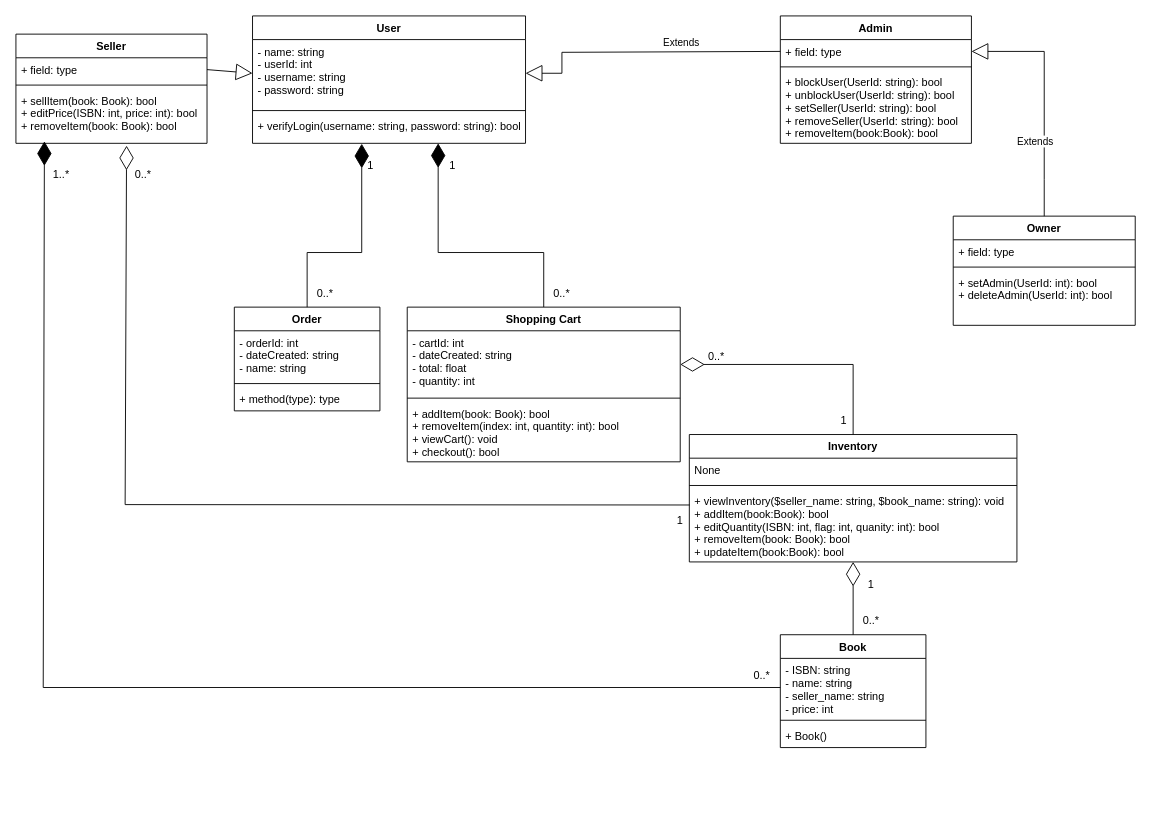
The draw.io diagram Class_Diagram.drawio in adl409/SE-project-Group-5, before the edit. Source tidied: cells renumbered, new cells numbered last; positions are measured from the earlier drawing's top-left corner, leaving out a move shared by most shapes. Both pictures are drawn from the tidied source at 91%, with x=0, y=0 at pixel (15, 15).
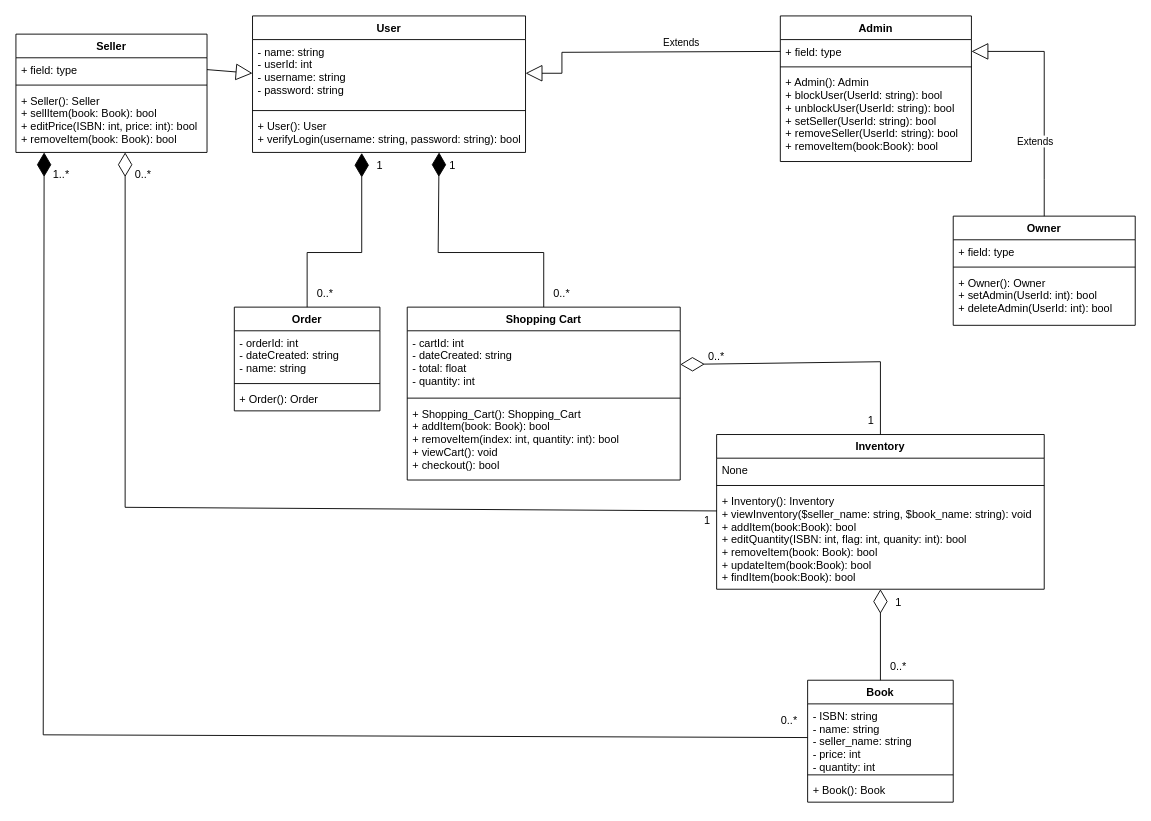
The same page after the edit.

Unchanged cells that the change refers to:
```xml
<mxCell id="14" value="Owner&#10;" style="swimlane;fontStyle=1;align=center;verticalAlign=top;horizontal=1;startSize=26;" parent="1" vertex="1">
  <mxGeometry x="1030" y="220" width="200" height="120" as="geometry" />
</mxCell>
<mxCell id="22" value="Order&#10;" style="swimlane;fontStyle=1;align=center;verticalAlign=top;horizontal=1;startSize=26;" parent="1" vertex="1">
  <mxGeometry x="240" y="320" width="160" height="114" as="geometry" />
</mxCell>
<mxCell id="33" value="1" style="text;strokeColor=none;align=center;fillColor=none;html=1;verticalAlign=middle;whiteSpace=wrap;rounded=0;" parent="1" vertex="1">
  <mxGeometry x="450" y="150" width="60" height="30" as="geometry" />
</mxCell>
```

Diff of the diagram source:
```diff
@@
     <mxCell id="2" value="User" style="swimlane;fontStyle=1;align=center;verticalAlign=top;horizontal=1;startSize=26;" parent="1" vertex="1">
-      <mxGeometry x="260" width="300" height="140" as="geometry" />
+      <mxGeometry x="260" width="300" height="150" as="geometry" />
     </mxCell>
@@
-    <mxCell id="5" value="+ verifyLogin(username: string, password: string): bool&#10;" style="text;strokeColor=none;fillColor=none;align=left;verticalAlign=top;spacingLeft=4;spacingRight=4;overflow=hidden;points=[[0,0.5],[1,0.5]];portConstraint=eastwest;" parent="2" vertex="1">
-      <mxGeometry y="108" width="300" height="32" as="geometry" />
+    <mxCell id="5" value="+ User(): User&#10;+ verifyLogin(username: string, password: string): bool&#10;" style="text;strokeColor=none;fillColor=none;align=left;verticalAlign=top;spacingLeft=4;spacingRight=4;overflow=hidden;points=[[0,0.5],[1,0.5]];portConstraint=eastwest;" parent="2" vertex="1">
+      <mxGeometry y="108" width="300" height="42" as="geometry" />
     </mxCell>
     <mxCell id="6" value="Admin" style="swimlane;fontStyle=1;align=center;verticalAlign=top;horizontal=1;startSize=26;" parent="1" vertex="1">
-      <mxGeometry x="840" width="210" height="140" as="geometry" />
+      <mxGeometry x="840" width="210" height="160" as="geometry" />
     </mxCell>
@@
-    <mxCell id="9" value="+ blockUser(UserId: string): bool&#10;+ unblockUser(UserId: string): bool&#10;+ setSeller(UserId: string): bool&#10;+ removeSeller(UserId: string): bool&#10;+ removeItem(book:Book): bool" style="text;strokeColor=none;fillColor=none;align=left;verticalAlign=top;spacingLeft=4;spacingRight=4;overflow=hidden;" parent="6" vertex="1">
-      <mxGeometry y="60" width="210" height="80" as="geometry" />
+    <mxCell id="9" value="+ Admin(): Admin&#10;+ blockUser(UserId: string): bool&#10;+ unblockUser(UserId: string): bool&#10;+ setSeller(UserId: string): bool&#10;+ removeSeller(UserId: string): bool&#10;+ removeItem(book:Book): bool" style="text;strokeColor=none;fillColor=none;align=left;verticalAlign=top;spacingLeft=4;spacingRight=4;overflow=hidden;" parent="6" vertex="1">
+      <mxGeometry y="60" width="210" height="100" as="geometry" />
     </mxCell>
     <mxCell id="10" value="Seller" style="swimlane;fontStyle=1;align=center;verticalAlign=top;horizontal=1;startSize=26;" parent="1" vertex="1">
-      <mxGeometry y="20" width="210" height="120" as="geometry" />
+      <mxGeometry y="20" width="210" height="130" as="geometry" />
     </mxCell>
@@
-    <mxCell id="13" value="+ sellItem(book: Book): bool&#10;+ editPrice(ISBN: int, price: int): bool&#10;+ removeItem(book: Book): bool" style="text;strokeColor=none;fillColor=none;align=left;verticalAlign=top;spacingLeft=4;spacingRight=4;overflow=hidden;points=[[0,0.5],[1,0.5]];portConstraint=eastwest;" parent="10" vertex="1">
-      <mxGeometry y="60" width="210" height="60" as="geometry" />
+    <mxCell id="13" value="+ Seller(): Seller&#10;+ sellItem(book: Book): bool&#10;+ editPrice(ISBN: int, price: int): bool&#10;+ removeItem(book: Book): bool" style="text;strokeColor=none;fillColor=none;align=left;verticalAlign=top;spacingLeft=4;spacingRight=4;overflow=hidden;points=[[0,0.5],[1,0.5]];portConstraint=eastwest;" parent="10" vertex="1">
+      <mxGeometry y="60" width="210" height="70" as="geometry" />
     </mxCell>
@@
-    <mxCell id="17" value="+ setAdmin(UserId: int): bool&#10;+ deleteAdmin(UserId: int): bool" style="text;strokeColor=none;fillColor=none;align=left;verticalAlign=top;spacingLeft=4;spacingRight=4;overflow=hidden;" parent="14" vertex="1">
+    <mxCell id="17" value="+ Owner(): Owner&#10;+ setAdmin(UserId: int): bool&#10;+ deleteAdmin(UserId: int): bool" style="text;strokeColor=none;fillColor=none;align=left;verticalAlign=top;spacingLeft=4;spacingRight=4;overflow=hidden;" parent="14" vertex="1">
       <mxGeometry y="60" width="200" height="60" as="geometry" />
     </mxCell>
     <mxCell id="18" value="Inventory&#10;" style="swimlane;fontStyle=1;align=center;verticalAlign=top;horizontal=1;startSize=26;" parent="1" vertex="1">
-      <mxGeometry x="740" y="460" width="360" height="140" as="geometry" />
+      <mxGeometry x="770" y="460" width="360" height="170" as="geometry" />
     </mxCell>
@@
-    <mxCell id="21" value="+ viewInventory($seller_name: string, $book_name: string): void&#10;+ addItem(book:Book): bool&#10;+ editQuantity(ISBN: int, flag: int, quanity: int): bool&#10;+ removeItem(book: Book): bool&#10;+ updateItem(book:Book): bool" style="text;strokeColor=none;fillColor=none;align=left;verticalAlign=top;spacingLeft=4;spacingRight=4;overflow=hidden;points=[[0,0.5],[1,0.5]];portConstraint=eastwest;" parent="18" vertex="1">
-      <mxGeometry y="60" width="360" height="80" as="geometry" />
+    <mxCell id="21" value="+ Inventory(): Inventory&#10;+ viewInventory($seller_name: string, $book_name: string): void&#10;+ addItem(book:Book): bool&#10;+ editQuantity(ISBN: int, flag: int, quanity: int): bool&#10;+ removeItem(book: Book): bool&#10;+ updateItem(book:Book): bool&#10;+ findItem(book:Book): bool" style="text;strokeColor=none;fillColor=none;align=left;verticalAlign=top;spacingLeft=4;spacingRight=4;overflow=hidden;points=[[0,0.5],[1,0.5]];portConstraint=eastwest;" parent="18" vertex="1">
+      <mxGeometry y="60" width="360" height="110" as="geometry" />
     </mxCell>
@@
-    <mxCell id="25" value="+ method(type): type" style="text;strokeColor=none;fillColor=none;align=left;verticalAlign=top;spacingLeft=4;spacingRight=4;overflow=hidden;" parent="22" vertex="1">
+    <mxCell id="25" value="+ Order(): Order" style="text;strokeColor=none;fillColor=none;align=left;verticalAlign=top;spacingLeft=4;spacingRight=4;overflow=hidden;" parent="22" vertex="1">
       <mxGeometry y="88" width="160" height="26" as="geometry" />
     </mxCell>
-    <mxCell id="26" style="endArrow=diamondThin;endFill=1;endSize=24;html=1;rounded=0;exitX=0.5;exitY=0;exitDx=0;exitDy=0;" parent="1" edge="1" source="51">
+    <mxCell id="26" style="endArrow=diamondThin;endFill=1;endSize=24;html=1;rounded=0;exitX=0.5;exitY=0;exitDx=0;exitDy=0;entryX=0.25;entryY=0;entryDx=0;entryDy=0;" parent="1" edge="1" source="51" target="33">
       <mxGeometry relative="1" as="geometry">
-        <mxPoint x="464" y="140" as="targetPoint" />
         <Array as="points">
           <mxPoint x="580" y="260" />
           <mxPoint x="464" y="260" />
         </Array>
       </mxGeometry>
     </mxCell>
@@
     <mxCell id="32" value="1" style="text;strokeColor=none;align=center;fillColor=none;html=1;verticalAlign=middle;whiteSpace=wrap;rounded=0;" parent="1" vertex="1">
-      <mxGeometry x="360" y="150" width="60" height="30" as="geometry" />
+      <mxGeometry x="370" y="150" width="60" height="30" as="geometry" />
     </mxCell>
@@
     <mxCell id="35" style="endArrow=diamondThin;endFill=0;endSize=24;html=1;rounded=0;exitX=0.5;exitY=0;exitDx=0;exitDy=0;" parent="1" edge="1" source="18">
       <mxGeometry relative="1" as="geometry">
         <mxPoint x="730" y="383" as="targetPoint" />
         <Array as="points">
-          <mxPoint x="920" y="383" />
+          <mxPoint x="950" y="380" />
         </Array>
       </mxGeometry>
     </mxCell>
     <mxCell id="36" value="1" style="text;strokeColor=none;align=center;fillColor=none;html=1;verticalAlign=middle;whiteSpace=wrap;rounded=0;" parent="1" vertex="1">
-      <mxGeometry x="880" y="430" width="60" height="30" as="geometry" />
+      <mxGeometry x="910" y="430" width="60" height="30" as="geometry" />
     </mxCell>
@@
     <mxCell id="38" value="Book" style="swimlane;fontStyle=1;align=center;verticalAlign=top;horizontal=1;startSize=26;" parent="1" vertex="1">
-      <mxGeometry x="840" y="680" width="160" height="124" as="geometry" />
+      <mxGeometry x="870" y="730" width="160" height="134" as="geometry" />
     </mxCell>
-    <mxCell id="39" value="- ISBN: string&#10;- name: string&#10;- seller_name: string&#10;- price: int" style="text;strokeColor=none;fillColor=none;align=left;verticalAlign=top;spacingLeft=4;spacingRight=4;overflow=hidden;points=[[0,0.5],[1,0.5]];portConstraint=eastwest;" parent="38" vertex="1">
-      <mxGeometry y="26" width="160" height="64" as="geometry" />
+    <mxCell id="39" value="- ISBN: string&#10;- name: string&#10;- seller_name: string&#10;- price: int&#10;- quantity: int" style="text;strokeColor=none;fillColor=none;align=left;verticalAlign=top;spacingLeft=4;spacingRight=4;overflow=hidden;points=[[0,0.5],[1,0.5]];portConstraint=eastwest;" parent="38" vertex="1">
+      <mxGeometry y="26" width="160" height="74" as="geometry" />
     </mxCell>
     <mxCell id="40" style="line;strokeWidth=1;fillColor=none;align=left;verticalAlign=middle;spacingTop=-1;spacingLeft=3;spacingRight=3;labelPosition=right;strokeColor=inherit;" parent="38" vertex="1">
-      <mxGeometry y="90" width="160" height="8" as="geometry" />
+      <mxGeometry y="100" width="160" height="8" as="geometry" />
     </mxCell>
-    <mxCell id="41" value="+ Book()" style="text;strokeColor=none;fillColor=none;align=left;verticalAlign=top;spacingLeft=4;spacingRight=4;overflow=hidden;" parent="38" vertex="1">
-      <mxGeometry y="98" width="160" height="26" as="geometry" />
+    <mxCell id="41" value="+ Book(): Book" style="text;strokeColor=none;fillColor=none;align=left;verticalAlign=top;spacingLeft=4;spacingRight=4;overflow=hidden;" parent="38" vertex="1">
+      <mxGeometry y="108" width="160" height="26" as="geometry" />
     </mxCell>
@@
     <mxCell id="43" value="0..*" style="text;strokeColor=none;align=center;fillColor=none;html=1;verticalAlign=middle;whiteSpace=wrap;rounded=0;" parent="1" vertex="1">
-      <mxGeometry x="910" y="650" width="60" height="30" as="geometry" />
+      <mxGeometry x="940" y="700" width="60" height="30" as="geometry" />
     </mxCell>
     <mxCell id="44" value="1" style="text;strokeColor=none;align=center;fillColor=none;html=1;verticalAlign=middle;whiteSpace=wrap;rounded=0;" parent="1" vertex="1">
-      <mxGeometry x="910" y="610" width="60" height="30" as="geometry" />
+      <mxGeometry x="940" y="630" width="60" height="30" as="geometry" />
     </mxCell>
     <mxCell id="45" value="0..*" style="text;strokeColor=none;align=center;fillColor=none;html=1;verticalAlign=middle;whiteSpace=wrap;rounded=0;" parent="1" vertex="1">
-      <mxGeometry x="790" y="710" width="60" height="30" as="geometry" />
+      <mxGeometry x="820" y="760" width="60" height="30" as="geometry" />
     </mxCell>
@@
-    <mxCell id="47" style="endArrow=diamondThin;endFill=0;endSize=24;html=1;rounded=0;exitX=0.001;exitY=0.218;exitDx=0;exitDy=0;exitPerimeter=0;entryX=0.579;entryY=1.043;entryDx=0;entryDy=0;entryPerimeter=0;" parent="1" edge="1" source="21" target="13">
+    <mxCell id="47" style="endArrow=diamondThin;endFill=0;endSize=24;html=1;rounded=0;exitX=0.001;exitY=0.218;exitDx=0;exitDy=0;exitPerimeter=0;" parent="1" edge="1" source="21">
       <mxGeometry relative="1" as="geometry">
+        <mxPoint x="120" y="150" as="targetPoint" />
         <Array as="points">
-          <mxPoint x="120" y="537" />
+          <mxPoint x="120" y="540" />
         </Array>
       </mxGeometry>
     </mxCell>
     <mxCell id="48" value="1" style="text;strokeColor=none;align=center;fillColor=none;html=1;verticalAlign=middle;whiteSpace=wrap;rounded=0;" parent="1" vertex="1">
-      <mxGeometry x="700" y="540" width="60" height="30" as="geometry" />
+      <mxGeometry x="730" y="540" width="60" height="30" as="geometry" />
     </mxCell>
@@
-    <mxCell id="50" style="endArrow=diamondThin;endFill=1;endSize=24;html=1;rounded=0;exitX=0;exitY=0.5;exitDx=0;exitDy=0;entryX=0.149;entryY=0.963;entryDx=0;entryDy=0;entryPerimeter=0;" parent="1" edge="1" source="39" target="13">
+    <mxCell id="50" style="endArrow=diamondThin;endFill=1;endSize=24;html=1;rounded=0;exitX=0;exitY=0.5;exitDx=0;exitDy=0;" parent="1" edge="1" source="39">
       <mxGeometry relative="1" as="geometry">
+        <mxPoint x="31" y="150" as="targetPoint" />
         <Array as="points">
-          <mxPoint x="30" y="738" />
+          <mxPoint x="30" y="790" />
         </Array>
       </mxGeometry>
     </mxCell>
     <mxCell id="51" value="Shopping Cart" style="swimlane;fontStyle=1;align=center;verticalAlign=top;horizontal=1;startSize=26;" parent="1" vertex="1">
-      <mxGeometry x="430" y="320" width="300" height="170" as="geometry" />
+      <mxGeometry x="430" y="320" width="300" height="190" as="geometry" />
     </mxCell>
@@
-    <mxCell id="54" value="+ addItem(book: Book): bool&#10;+ removeItem(index: int, quantity: int): bool&#10;+ viewCart(): void&#10;+ checkout(): bool&#10;" style="text;strokeColor=none;fillColor=none;align=left;verticalAlign=top;spacingLeft=4;spacingRight=4;overflow=hidden;" parent="51" vertex="1">
-      <mxGeometry y="104" width="300" height="66" as="geometry" />
+    <mxCell id="54" value="+ Shopping_Cart(): Shopping_Cart&#10;+ addItem(book: Book): bool&#10;+ removeItem(index: int, quantity: int): bool&#10;+ viewCart(): void&#10;+ checkout(): bool&#10;" style="text;strokeColor=none;fillColor=none;align=left;verticalAlign=top;spacingLeft=4;spacingRight=4;overflow=hidden;" parent="51" vertex="1">
+      <mxGeometry y="104" width="300" height="86" as="geometry" />
     </mxCell>
```
